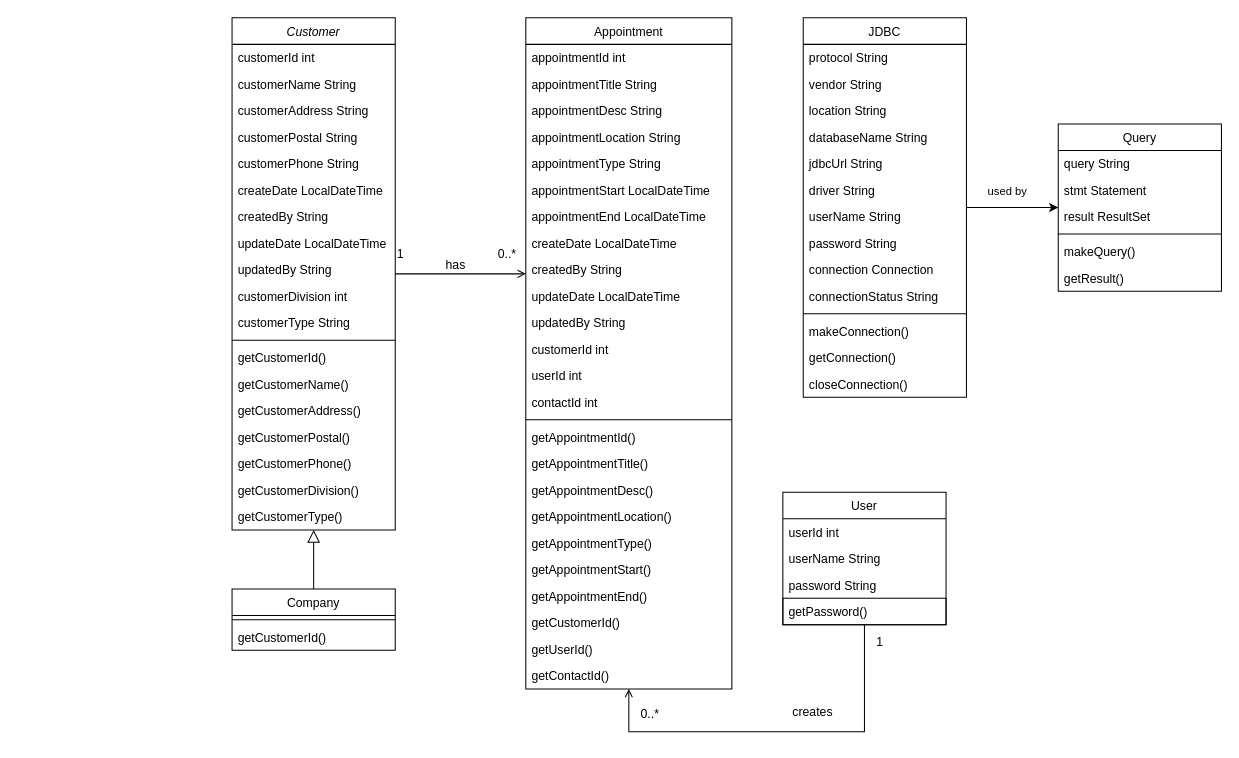
Earlier version of the draw.io diagram Class Diagram.drawio (richardkeasonii/C868-Capstone). Source tidied: cells renumbered, new cells numbered last; positions are measured from the earlier drawing's top-left corner, leaving out a move shared by most shapes. Both pictures are drawn from the tidied source at 102%, with x=0, y=0 at pixel (232, 17).
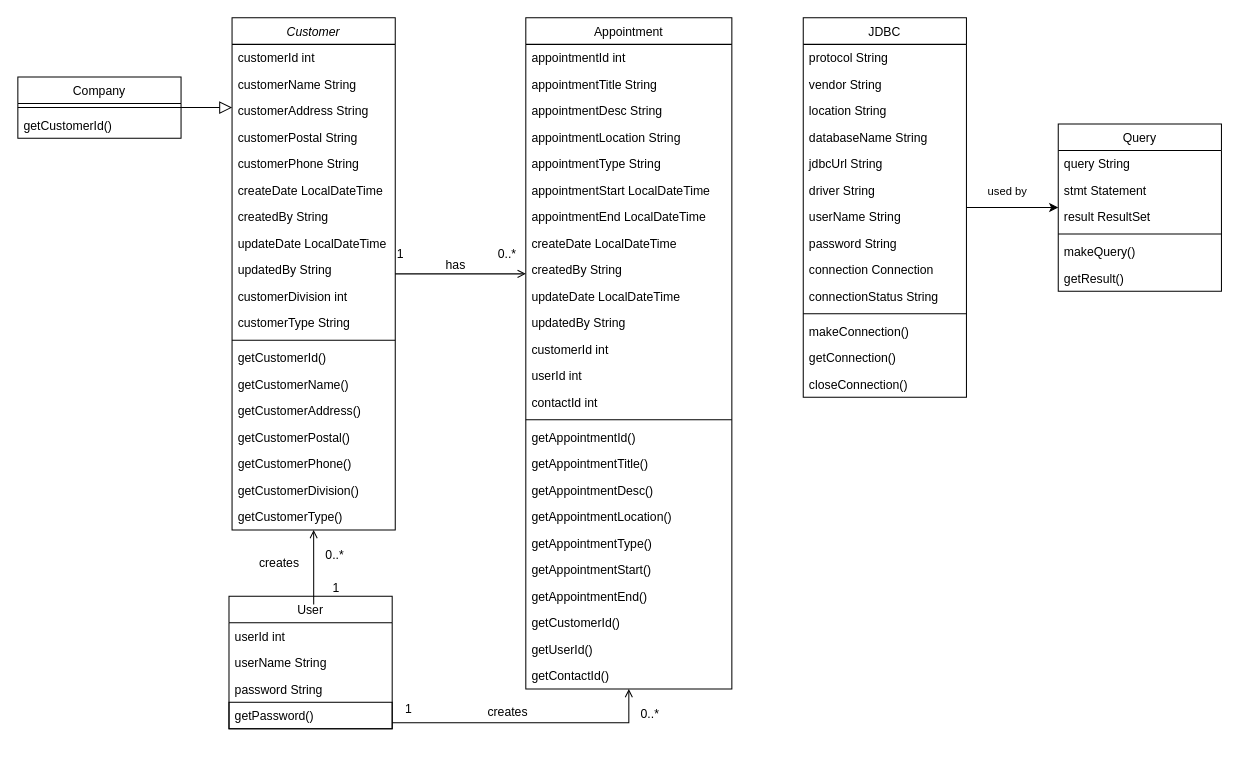
The same page after the edit.

Unchanged cells that the change refers to:
```xml
<mxCell id="2" value="Customer" style="swimlane;fontStyle=2;align=center;verticalAlign=top;horizontal=1;startSize=26;rounded=0;shadow=0;strokeWidth=1;" parent="1" vertex="1">
  <mxGeometry width="160" height="502" as="geometry" />
</mxCell>
<mxCell id="31" value="Appointment&#10;" style="swimlane;fontStyle=0;align=center;verticalAlign=top;horizontal=1;startSize=26;rounded=0;shadow=0;strokeWidth=1;" parent="1" vertex="1">
  <mxGeometry x="288" width="202" height="658" as="geometry" />
</mxCell>
```

Change to the diagram source:
```diff
@@
     <mxCell id="22" value="Company" style="swimlane;fontStyle=0;align=center;verticalAlign=top;horizontal=1;startSize=26;rounded=0;shadow=0;strokeWidth=1;" parent="1" vertex="1">
-      <mxGeometry y="560" width="160" height="60" as="geometry" />
+      <mxGeometry x="-210" y="58" width="160" height="60" as="geometry" />
     </mxCell>
@@
     <mxCell id="26" value="User" style="swimlane;fontStyle=0;align=center;verticalAlign=top;horizontal=1;startSize=26;rounded=0;shadow=0;strokeWidth=1;" parent="1" vertex="1">
-      <mxGeometry x="540" y="465" width="160" height="130" as="geometry" />
+      <mxGeometry x="-3" y="567" width="160" height="130" as="geometry" />
     </mxCell>
@@
     <mxCell id="61" style="endArrow=open;shadow=0;strokeWidth=1;rounded=0;curved=0;endFill=1;edgeStyle=elbowEdgeStyle;elbow=vertical;entryX=0.5;entryY=1;entryDx=0;entryDy=0;" parent="1" edge="1" source="26" target="31">
       <mxGeometry x="0.5" y="41" relative="1" as="geometry">
         <Array as="points">
+          <mxPoint x="397" y="691" />
           <mxPoint x="510" y="700" />
         </Array>
         <mxPoint x="-40" y="32" as="offset" />
       </mxGeometry>
     </mxCell>
     <mxCell id="62" value="1" style="align=left;verticalAlign=bottom;labelBackgroundColor=none;fontSize=12;" parent="61" vertex="1">
       <mxGeometry x="-1" relative="1" as="geometry">
-        <mxPoint x="10" y="25" as="offset" />
+        <mxPoint x="11" y="-5" as="offset" />
       </mxGeometry>
     </mxCell>
@@
     <mxCell id="64" value="creates" style="text;html=1;align=center;verticalAlign=middle;labelBackgroundColor=none;rounded=0;shadow=0;strokeWidth=1;fontSize=12;" parent="61" vertex="1">
       <mxGeometry x="0.5" y="49" relative="1" as="geometry">
-        <mxPoint x="127" y="-69" as="offset" />
+        <mxPoint x="-87" y="38" as="offset" />
       </mxGeometry>
     </mxCell>
@@
+    <mxCell id="88" style="endArrow=open;shadow=0;strokeWidth=1;rounded=0;curved=0;endFill=1;edgeStyle=elbowEdgeStyle;elbow=vertical;exitX=0.519;exitY=0.062;exitDx=0;exitDy=0;exitPerimeter=0;" parent="1" edge="1" source="26" target="2">
+      <mxGeometry x="0.5" y="41" relative="1" as="geometry">
+        <Array as="points">
+          <mxPoint x="80" y="537" />
+        </Array>
+        <mxPoint x="-40" y="32" as="offset" />
+      </mxGeometry>
+    </mxCell>
+    <mxCell id="89" value="1" style="align=left;verticalAlign=bottom;labelBackgroundColor=none;fontSize=12;" parent="88" vertex="1">
+      <mxGeometry x="-1" relative="1" as="geometry">
+        <mxPoint x="17" y="-8" as="offset" />
+      </mxGeometry>
+    </mxCell>
+    <mxCell id="90" value="0..*" style="align=right;verticalAlign=bottom;labelBackgroundColor=none;fontSize=12;" parent="88" vertex="1">
+      <mxGeometry x="1" relative="1" as="geometry">
+        <mxPoint x="31" y="33" as="offset" />
+      </mxGeometry>
+    </mxCell>
+    <mxCell id="91" value="creates" style="text;html=1;align=center;verticalAlign=middle;labelBackgroundColor=none;rounded=0;shadow=0;strokeWidth=1;fontSize=12;" parent="88" vertex="1">
+      <mxGeometry x="0.5" y="49" relative="1" as="geometry">
+        <mxPoint x="14" y="14" as="offset" />
+      </mxGeometry>
+    </mxCell>
```
